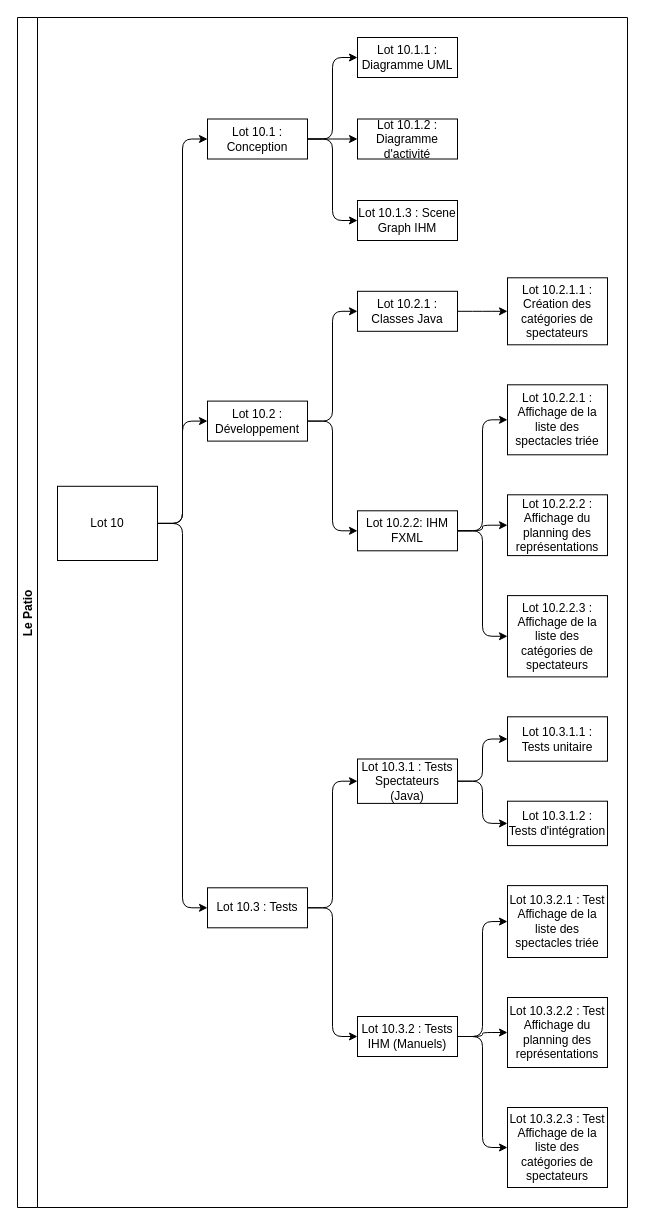
5cover/S2.05 keeps this draw.io diagram as OT/lot 10.drawio. Above is the earlier version. Source tidied: cells renumbered, new cells numbered last; positions are measured from the earlier drawing's top-left corner, leaving out a move shared by most shapes. Both pictures are drawn from the tidied source at 100%, with x=0, y=0 at pixel (17, 17).
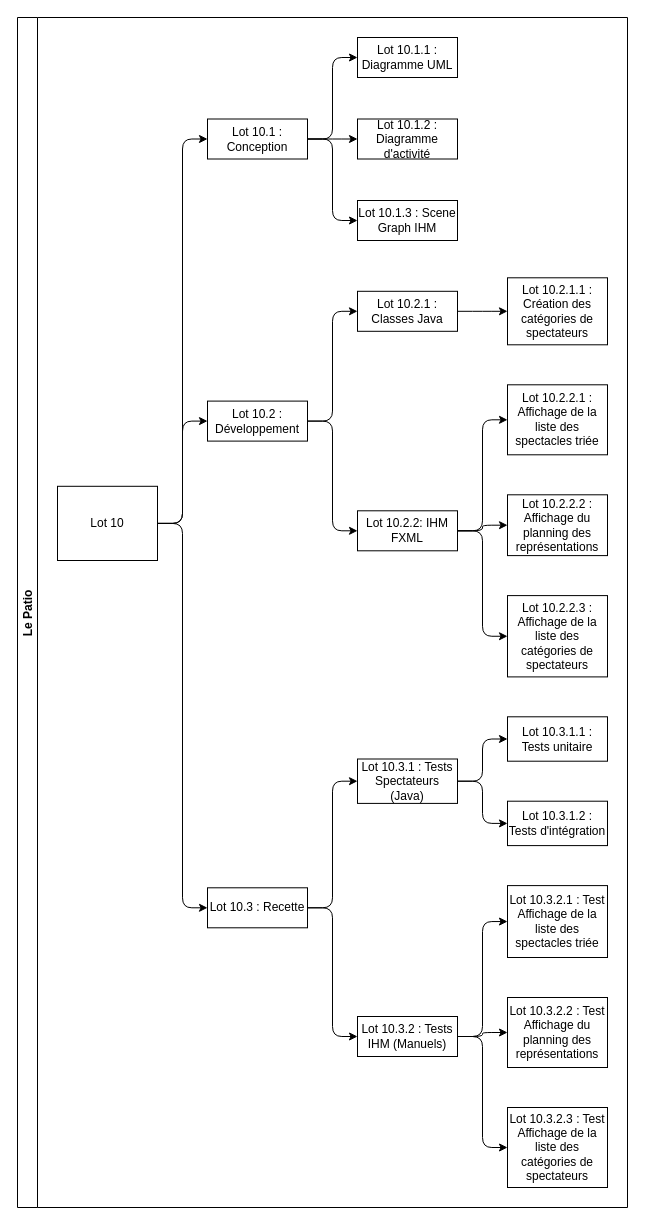
Above is the later version.

The change refers to these unchanged cells:
```xml
<mxCell id="2" value="Le Patio" style="swimlane;startSize=20;horizontal=0;horizontalTree=1;sortEdges=1;containerType=tree;fontSize=12;" parent="1" vertex="1">
  <mxGeometry width="610" height="1190" as="geometry" />
</mxCell>
```

The edit, as a diff of the source:
```diff
@@
-    <mxCell id="23" value="Lot 10.3 : Tests" style="whiteSpace=wrap;html=1;" parent="2" vertex="1">
+    <mxCell id="23" value="Lot 10.3 : Recette" style="whiteSpace=wrap;html=1;" parent="2" vertex="1">
       <mxGeometry x="190" y="870.3" width="100" height="40" as="geometry" />
     </mxCell>
```
